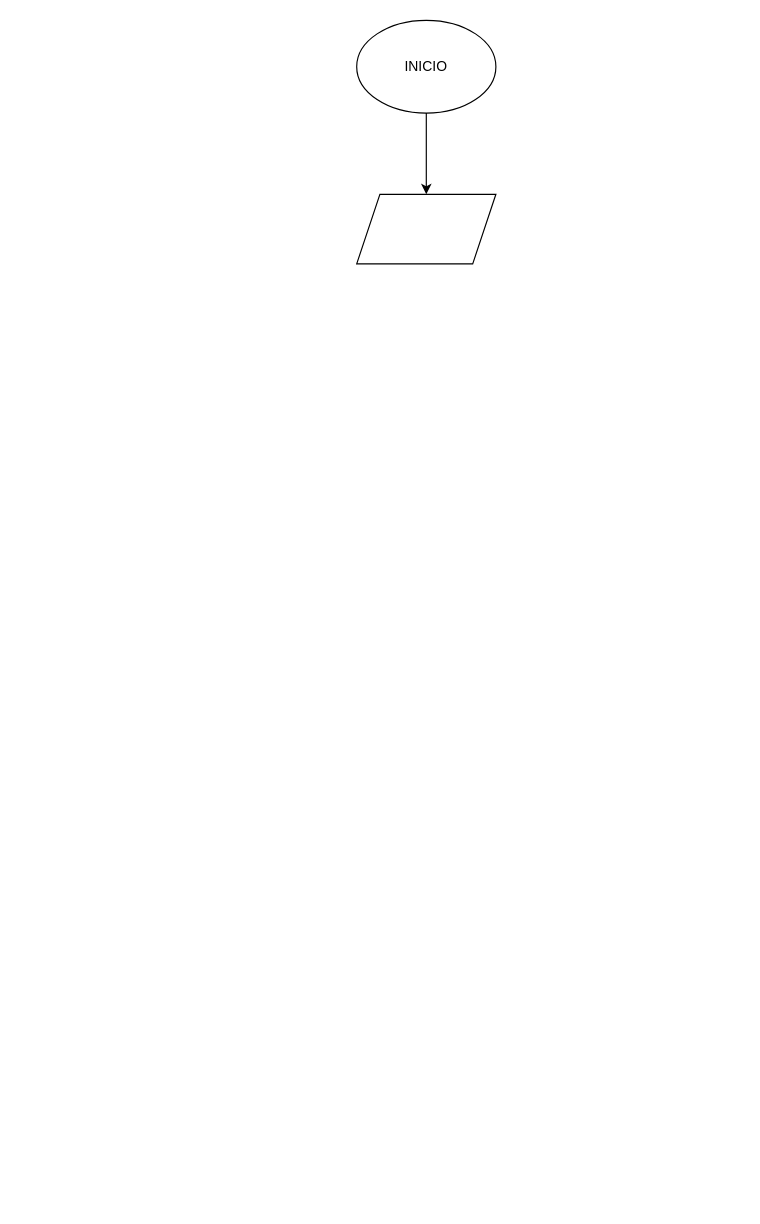
kromero14/adivina_el_numero keeps this draw.io diagram as diagrama.drawio. Above is the earlier version. Source tidied: cells renumbered, new cells numbered last; positions are measured from the earlier drawing's top-left corner, leaving out a move shared by most shapes. Both pictures are drawn from the tidied source at 116%, with x=0, y=0 at pixel (356, 20).
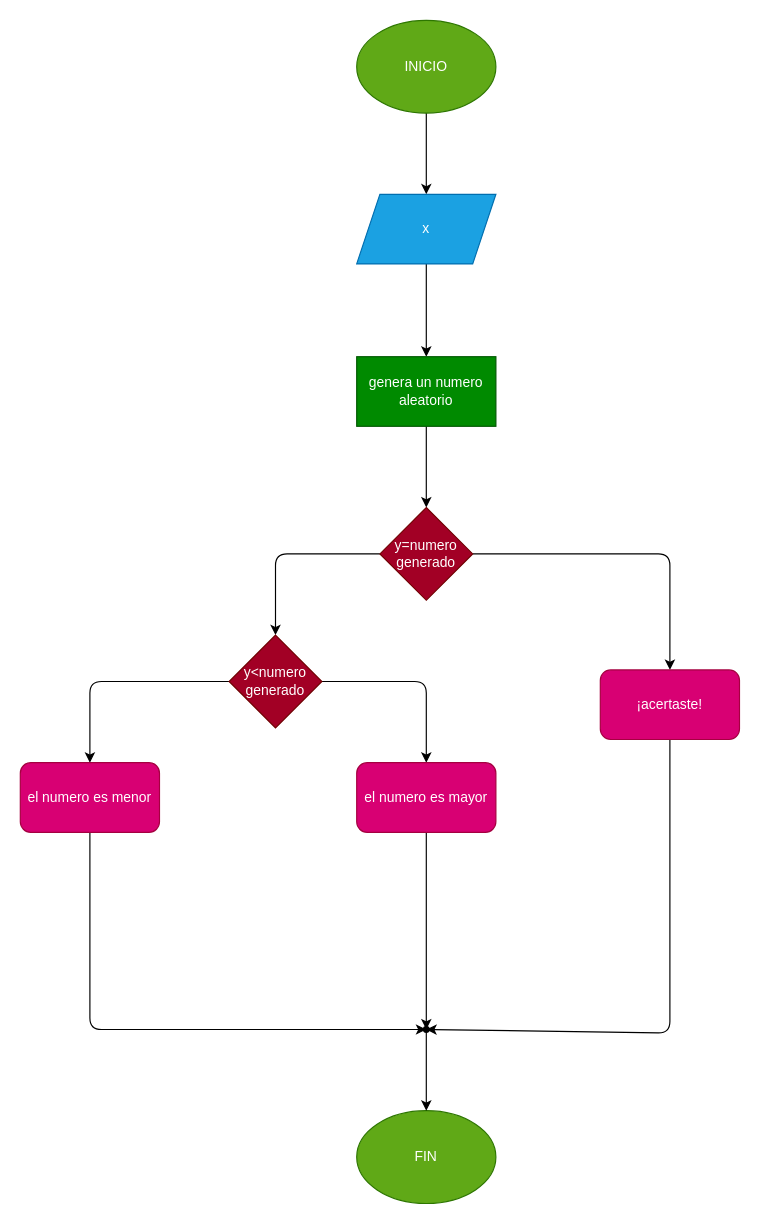
The same diagram, later.

The edit, as a diff of the source:
```diff
@@
-    <mxCell id="3" value="INICIO" style="ellipse;whiteSpace=wrap;html=1;" parent="1" vertex="1">
+    <mxCell id="3" value="INICIO" style="ellipse;whiteSpace=wrap;html=1;fillColor=#60a917;fontColor=#ffffff;strokeColor=#2D7600;" parent="1" vertex="1">
       <mxGeometry width="120" height="80" as="geometry" />
     </mxCell>
+    <mxCell id="5" style="edgeStyle=none;html=1;" parent="1" edge="1" source="4" target="7">
+      <mxGeometry relative="1" as="geometry" />
+    </mxCell>
-    <mxCell id="4" style="shape=parallelogram;perimeter=parallelogramPerimeter;whiteSpace=wrap;html=1;fixedSize=1;" parent="1" vertex="1">
+    <mxCell id="4" value="x" style="shape=parallelogram;perimeter=parallelogramPerimeter;whiteSpace=wrap;html=1;fixedSize=1;fillColor=#1ba1e2;fontColor=#ffffff;strokeColor=#006EAF;" parent="1" vertex="1">
       <mxGeometry y="150" width="120" height="60" as="geometry" />
     </mxCell>
+    <mxCell id="6" style="edgeStyle=none;html=1;" parent="1" edge="1" source="7" target="10">
+      <mxGeometry relative="1" as="geometry" />
+    </mxCell>
+    <mxCell id="7" value="genera un numero aleatorio" style="whiteSpace=wrap;html=1;fillColor=#008a00;fontColor=#ffffff;strokeColor=#005700;" parent="1" vertex="1">
+      <mxGeometry y="290" width="120" height="60" as="geometry" />
+    </mxCell>
+    <mxCell id="8" style="edgeStyle=none;html=1;entryX=0.5;entryY=0;entryDx=0;entryDy=0;" parent="1" edge="1" source="10" target="13">
+      <mxGeometry relative="1" as="geometry">
+        <Array as="points">
+          <mxPoint x="-70" y="460" />
+        </Array>
+      </mxGeometry>
+    </mxCell>
+    <mxCell id="9" style="edgeStyle=none;html=1;entryX=0.5;entryY=0;entryDx=0;entryDy=0;" parent="1" edge="1" source="10" target="15">
+      <mxGeometry relative="1" as="geometry">
+        <Array as="points">
+          <mxPoint x="270" y="460" />
+        </Array>
+      </mxGeometry>
+    </mxCell>
+    <mxCell id="10" value="y=numero&lt;br&gt;generado" style="rhombus;whiteSpace=wrap;html=1;fillColor=#a20025;fontColor=#ffffff;strokeColor=#6F0000;" parent="1" vertex="1">
+      <mxGeometry x="20" y="420" width="80" height="80" as="geometry" />
+    </mxCell>
+    <mxCell id="11" style="edgeStyle=none;html=1;entryX=0.5;entryY=0;entryDx=0;entryDy=0;" parent="1" edge="1" source="13" target="17">
+      <mxGeometry relative="1" as="geometry">
+        <Array as="points">
+          <mxPoint x="60" y="570" />
+        </Array>
+      </mxGeometry>
+    </mxCell>
+    <mxCell id="12" style="edgeStyle=none;html=1;entryX=0.5;entryY=0;entryDx=0;entryDy=0;" parent="1" edge="1" source="13" target="19">
+      <mxGeometry relative="1" as="geometry">
+        <Array as="points">
+          <mxPoint x="-230" y="570" />
+        </Array>
+      </mxGeometry>
+    </mxCell>
+    <mxCell id="13" value="y&amp;lt;numero&lt;br&gt;generado" style="rhombus;whiteSpace=wrap;html=1;fillColor=#a20025;fontColor=#ffffff;strokeColor=#6F0000;" parent="1" vertex="1">
+      <mxGeometry x="-110" y="530" width="80" height="80" as="geometry" />
+    </mxCell>
+    <mxCell id="14" style="edgeStyle=none;html=1;entryX=0.4;entryY=0.75;entryDx=0;entryDy=0;entryPerimeter=0;" parent="1" edge="1" source="15" target="22">
+      <mxGeometry relative="1" as="geometry">
+        <Array as="points">
+          <mxPoint x="270" y="873" />
+        </Array>
+      </mxGeometry>
+    </mxCell>
+    <mxCell id="15" value="¡acertaste!" style="rounded=1;whiteSpace=wrap;html=1;fillColor=#d80073;fontColor=#ffffff;strokeColor=#A50040;" parent="1" vertex="1">
+      <mxGeometry x="210" y="560" width="120" height="60" as="geometry" />
+    </mxCell>
+    <mxCell id="16" style="edgeStyle=none;html=1;" parent="1" edge="1" source="17" target="22">
+      <mxGeometry relative="1" as="geometry" />
+    </mxCell>
+    <mxCell id="17" value="el numero es mayor" style="rounded=1;whiteSpace=wrap;html=1;fillColor=#d80073;fontColor=#ffffff;strokeColor=#A50040;" parent="1" vertex="1">
+      <mxGeometry y="640" width="120" height="60" as="geometry" />
+    </mxCell>
+    <mxCell id="18" style="edgeStyle=none;html=1;" parent="1" edge="1" source="19" target="22">
+      <mxGeometry relative="1" as="geometry">
+        <Array as="points">
+          <mxPoint x="-230" y="870" />
+        </Array>
+      </mxGeometry>
+    </mxCell>
+    <mxCell id="19" value="el numero es menor" style="rounded=1;whiteSpace=wrap;html=1;fillColor=#d80073;fontColor=#ffffff;strokeColor=#A50040;" parent="1" vertex="1">
+      <mxGeometry x="-290" y="640" width="120" height="60" as="geometry" />
+    </mxCell>
+    <mxCell id="20" value="FIN" style="ellipse;whiteSpace=wrap;html=1;fillColor=#60a917;fontColor=#ffffff;strokeColor=#2D7600;" parent="1" vertex="1">
+      <mxGeometry y="940" width="120" height="80" as="geometry" />
+    </mxCell>
+    <mxCell id="21" style="edgeStyle=none;html=1;" parent="1" edge="1" source="22" target="20">
+      <mxGeometry relative="1" as="geometry" />
+    </mxCell>
+    <mxCell id="22" style="shape=waypoint;sketch=0;size=6;points=[];fillColor=default;perimeter=centerPerimeter;snapToPoint=1;rounded=1;" parent="1" vertex="1">
+      <mxGeometry x="50" y="860" width="20" height="20" as="geometry" />
+    </mxCell>
```
